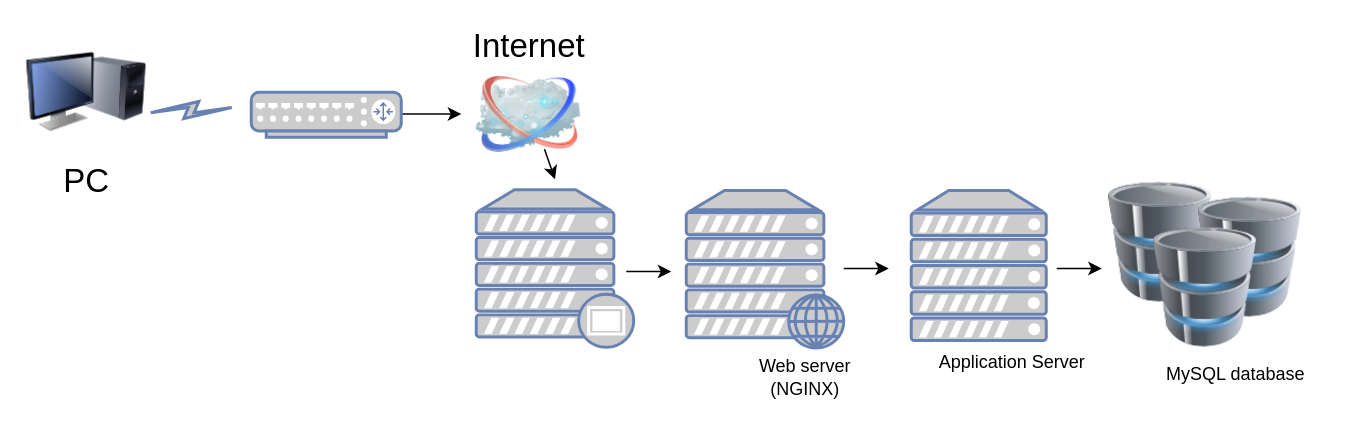
This is 0x09-web_infrastructure_design/Untitled Diagram.drawio from mmoh-i/alx-system_engineering-devops, a draw.io file, before an edit. Source tidied: cells renumbered, new cells numbered last; positions are measured from the earlier drawing's top-left corner, leaving out a move shared by most shapes. Both pictures are drawn from the tidied source at 150%, with x=0, y=0 at pixel (26, 32).
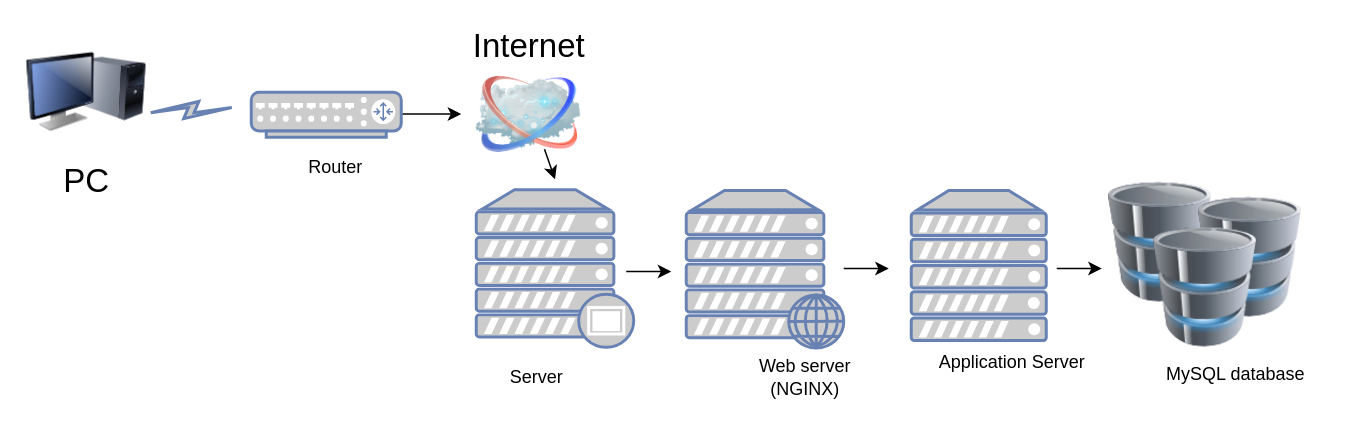
After the change.

Commit message (it also covers changes not shown here):
0-simple_web_stack

The edit, as a diff of the source:
```diff
@@
+    <mxCell id="20" value="Server" style="text;html=1;align=center;verticalAlign=middle;strokeColor=none;fillColor=none;" parent="1" vertex="1">
+      <mxGeometry x="310" y="215" width="60" height="30" as="geometry" />
+    </mxCell>
+    <mxCell id="21" value="&lt;div&gt;Router&lt;/div&gt;" style="text;html=1;align=center;verticalAlign=middle;strokeColor=none;fillColor=none;" parent="1" vertex="1">
+      <mxGeometry x="176" y="75" width="60" height="30" as="geometry" />
+    </mxCell>
```
